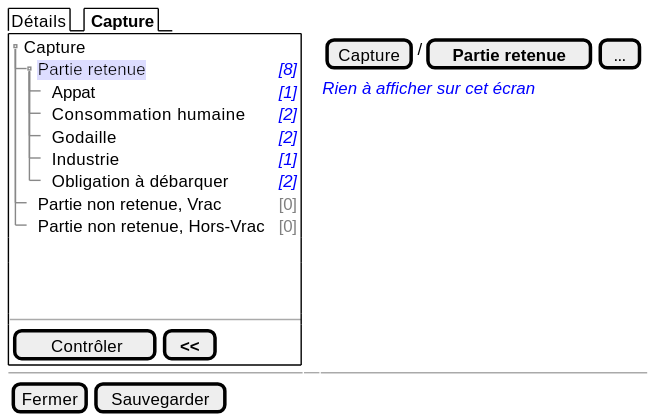
Before: projects/obsmer/spe/images/batch/batch-tree-PR.svg, a diagram exported from PlantUML (sumaris-net/sumaris-doc).
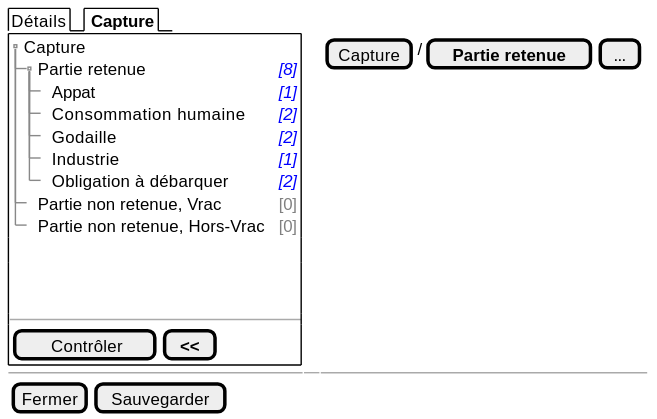
After the commit.

The edit, as a diff of the source:
```diff
@@ -4,7 +4,7 @@
   {+
    {T
        + Capture    | .
-       ++ <back:#DDF>Partie retenue       | <i><color:blue>[8]
+       ++ Partie retenue       | <i><color:blue>[8]
        +++ Appat | <i><color:blue>[1]
        +++ Consommation humaine | <i><color:blue>[2]
        +++ Godaille | <i><color:blue>[2]
@@ -23,7 +23,6 @@
   } | . | {
     { [Capture] | / | [<b>Partie retenue] | [...] }
 
-    <i><color:blue>Rien à afficher sur cet écran
   }
 
   -- | -- | --
```
